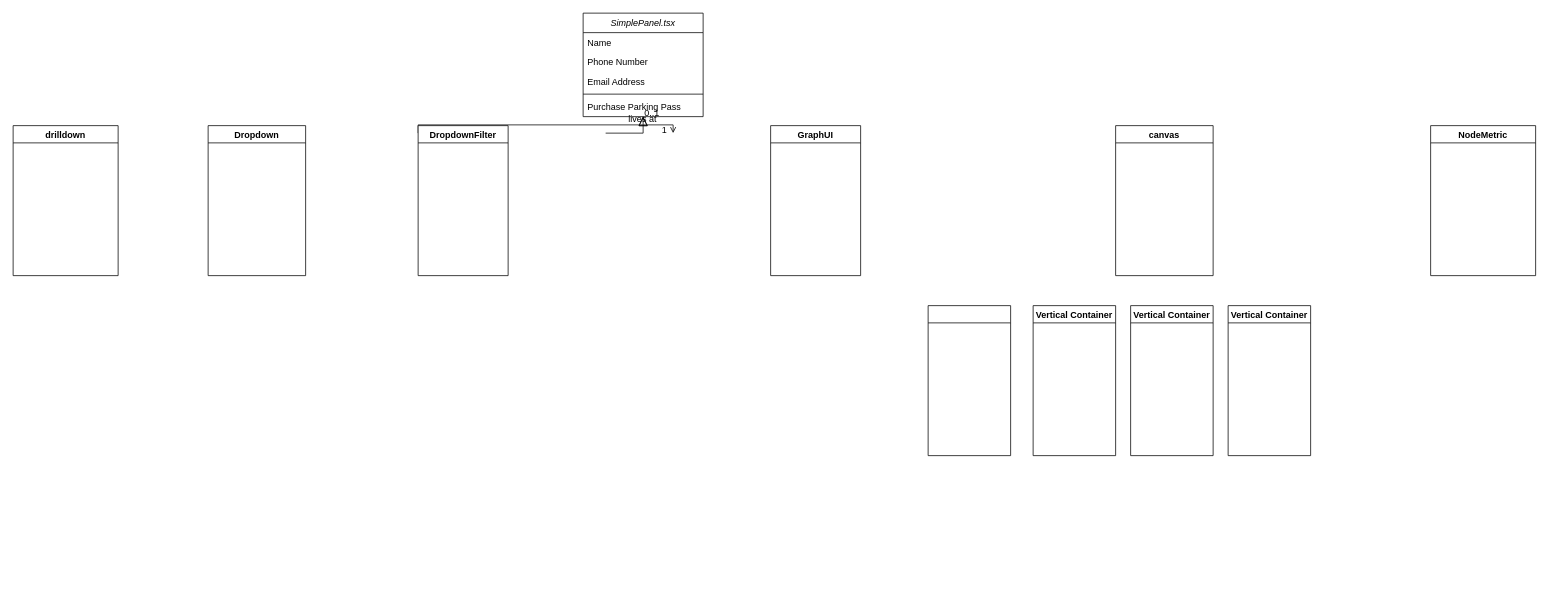
salim-1997/Drum-kit keeps this draw.io diagram as Untitled Diagram.drawio. Above is the earlier version. Source tidied: cells renumbered, new cells numbered last; positions are measured from the earlier drawing's top-left corner, leaving out a move shared by most shapes. Both pictures are drawn from the tidied source at 75%, with x=0, y=0 at pixel (13, 13).
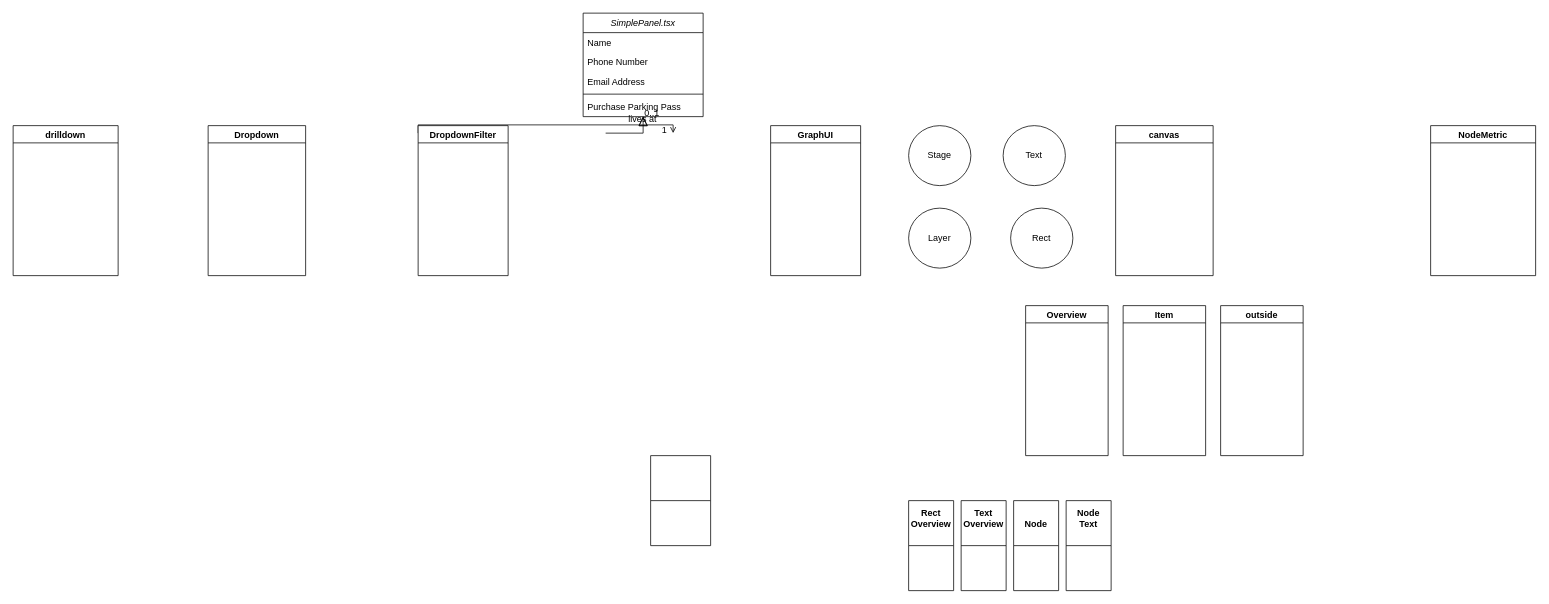
After the change.

What changed in the source:
```diff
@@
-    <mxCell id="20" style="swimlane;" parent="1" vertex="1">
-      <mxGeometry x="1220" y="390" width="110" height="200" as="geometry" />
+    <mxCell id="20" value="Overview" style="swimlane;" parent="1" vertex="1">
+      <mxGeometry x="1350" y="390" width="110" height="200" as="geometry" />
     </mxCell>
-    <mxCell id="21" value="Vertical Container" style="swimlane;" parent="1" vertex="1">
-      <mxGeometry x="1360" y="390" width="110" height="200" as="geometry" />
+    <mxCell id="21" value="Item" style="swimlane;" parent="1" vertex="1">
+      <mxGeometry x="1480" y="390" width="110" height="200" as="geometry" />
     </mxCell>
-    <mxCell id="22" value="Vertical Container" style="swimlane;" parent="1" vertex="1">
-      <mxGeometry x="1490" y="390" width="110" height="200" as="geometry" />
+    <mxCell id="22" value="outside" style="swimlane;startSize=23;" parent="1" vertex="1">
+      <mxGeometry x="1610" y="390" width="110" height="200" as="geometry" />
     </mxCell>
-    <mxCell id="23" value="Vertical Container" style="swimlane;" parent="1" vertex="1">
-      <mxGeometry x="1620" y="390" width="110" height="200" as="geometry" />
-    </mxCell>
+    <mxCell id="24" value="Stage" style="ellipse;whiteSpace=wrap;html=1;" parent="1" vertex="1">
+      <mxGeometry x="1194" y="150" width="83" height="80" as="geometry" />
+    </mxCell>
+    <mxCell id="25" value="Layer" style="ellipse;whiteSpace=wrap;html=1;" parent="1" vertex="1">
+      <mxGeometry x="1194" y="260" width="83" height="80" as="geometry" />
+    </mxCell>
+    <mxCell id="26" value="Text" style="ellipse;whiteSpace=wrap;html=1;" parent="1" vertex="1">
+      <mxGeometry x="1320" y="150" width="83" height="80" as="geometry" />
+    </mxCell>
+    <mxCell id="27" value="Rect" style="ellipse;whiteSpace=wrap;html=1;" parent="1" vertex="1">
+      <mxGeometry x="1330" y="260" width="83" height="80" as="geometry" />
+    </mxCell>
+    <mxCell id="28" value="&#10;" style="swimlane;startSize=60;" parent="1" vertex="1">
+      <mxGeometry x="850" y="590" width="80" height="120" as="geometry" />
+    </mxCell>
+    <mxCell id="29" value="Rect&#10;Overview&#10;" style="swimlane;startSize=60;" parent="1" vertex="1">
+      <mxGeometry x="1194" y="650" width="60" height="120" as="geometry" />
+    </mxCell>
+    <mxCell id="30" value="Text&#10;Overview&#10;" style="swimlane;startSize=60;" parent="1" vertex="1">
+      <mxGeometry x="1264" y="650" width="60" height="120" as="geometry" />
+    </mxCell>
+    <mxCell id="31" value="Node" style="swimlane;startSize=60;" parent="1" vertex="1">
+      <mxGeometry x="1334" y="650" width="60" height="120" as="geometry" />
+    </mxCell>
+    <mxCell id="32" value="Node&#10;Text&#10;" style="swimlane;startSize=60;" parent="1" vertex="1">
+      <mxGeometry x="1404" y="650" width="60" height="120" as="geometry" />
+    </mxCell>
```
